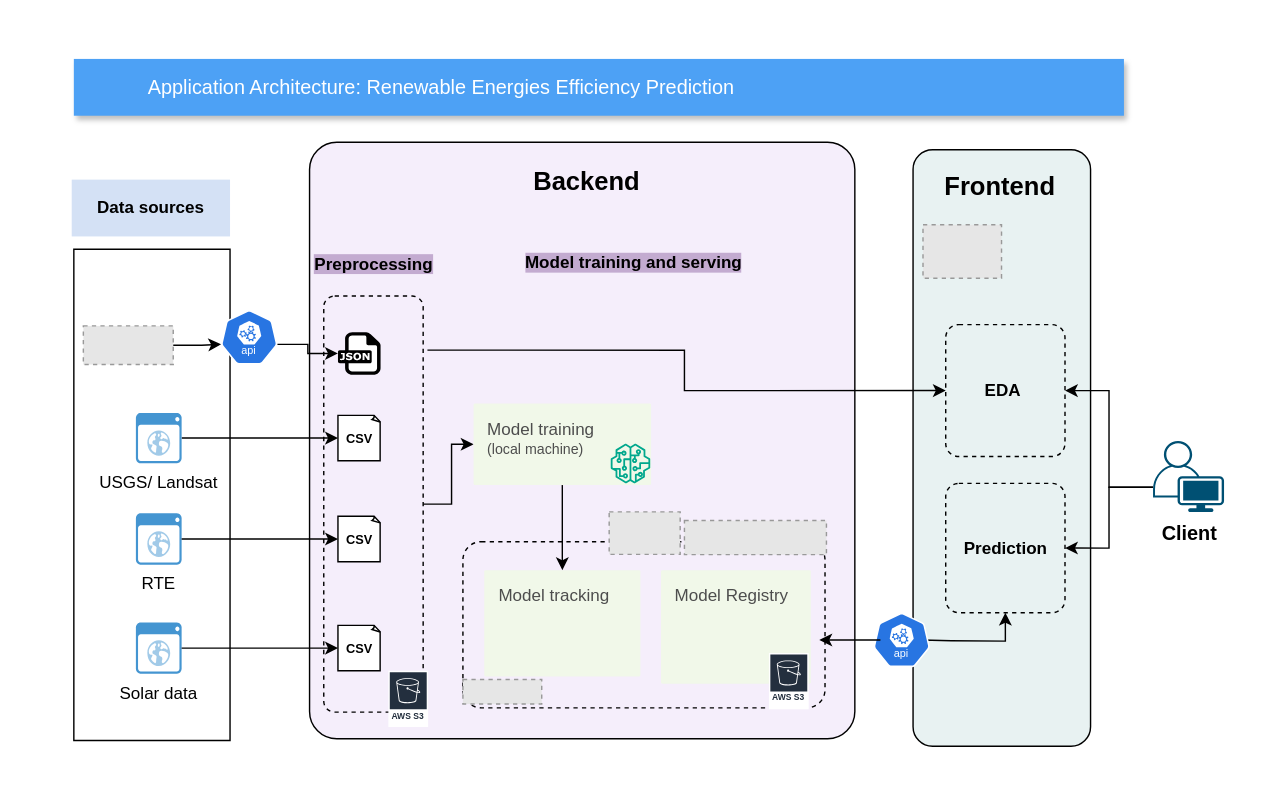
This is diagrams/architecture.drawio from Sheikoh/REnergies_efficiency_prediction, a draw.io file, before an edit. Source tidied: cells renumbered, new cells numbered last; positions are measured from the earlier drawing's top-left corner, leaving out a move shared by most shapes. Both pictures are drawn from the tidied source at 142%, with x=0, y=0 at pixel (71, 58). Pictures stored in the file or linked from it are replaced by grey dashed boxes.
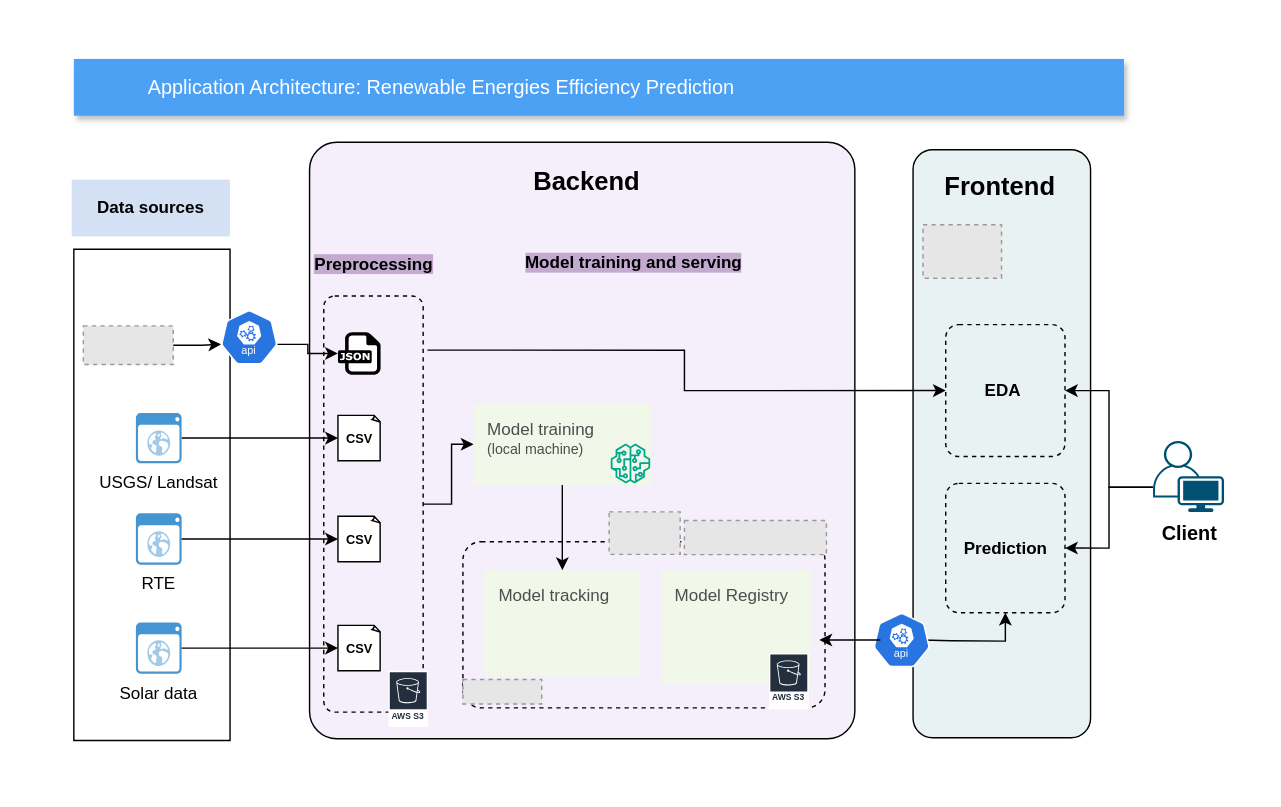
The same page after the edit.

Commit message:
updated simplified architecture diagram

What changed in the source:
```diff
@@
+    <mxCell id="50" style="rounded=0;whiteSpace=wrap;html=1;strokeColor=none;" parent="1" vertex="1">
+      <mxGeometry x="-33" y="-24" width="868" height="534" as="geometry" />
+    </mxCell>
@@
     <mxCell id="14" style="rounded=1;whiteSpace=wrap;html=1;arcSize=11;fillColor=#E8F2F2;" parent="1" vertex="1">
-      <mxGeometry x="592.5" y="64" width="125" height="420" as="geometry" />
+      <mxGeometry x="592.5" y="64" width="125" height="414" as="geometry" />
     </mxCell>
```
